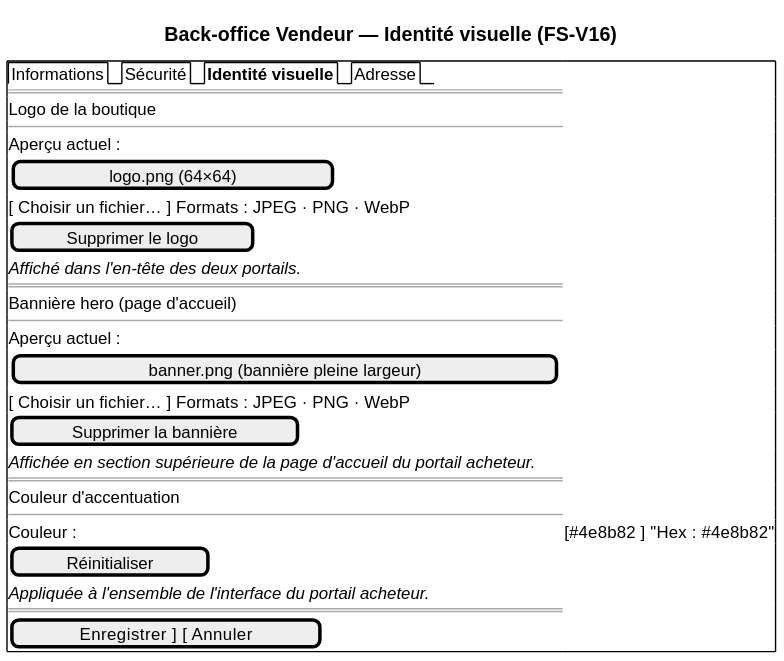
louistalvande/online_shop keeps this PlantUML diagram as architecture/04-physical-architecture/diagrams/ihm-bov-logo.svg. Above is the earlier version.
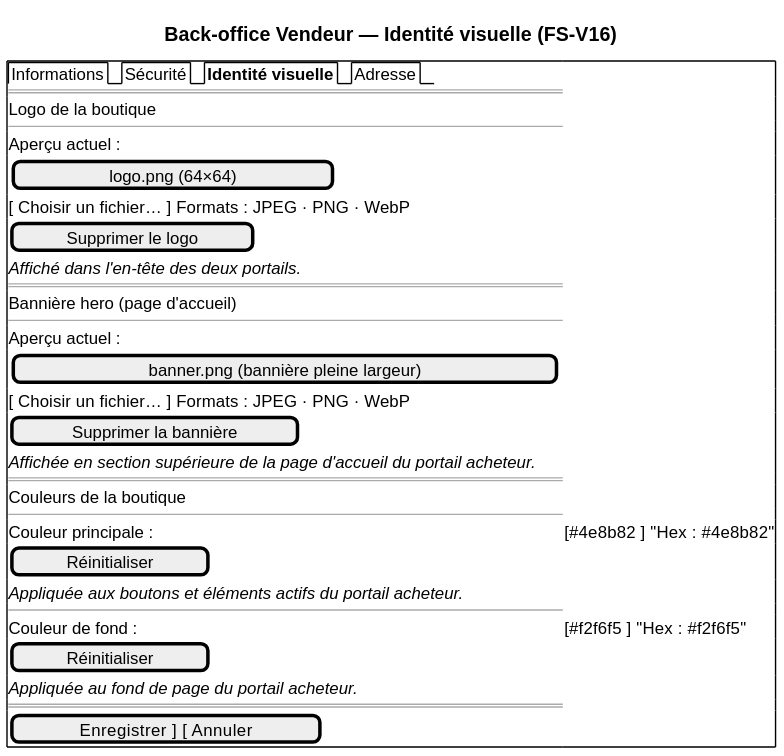
After the commit.

The edit, as a diff of the source:
```diff
@@ -24,11 +24,15 @@
   [  Supprimer la bannière  ]
   <i>Affichée en section supérieure de la page d'accueil du portail acheteur.
   ==
-  Couleur d'accentuation
+  Couleurs de la boutique
   --
-  Couleur : | [#4e8b82  ] "Hex : #4e8b82"
+  Couleur principale :  | [#4e8b82  ] "Hex : #4e8b82"
   [  Réinitialiser  ]
-  <i>Appliquée à l'ensemble de l'interface du portail acheteur.
+  <i>Appliquée aux boutons et éléments actifs du portail acheteur.
+  --
+  Couleur de fond :     | [#f2f6f5  ] "Hex : #f2f6f5"
+  [  Réinitialiser  ]
+  <i>Appliquée au fond de page du portail acheteur.
   ==
   [ Enregistrer ]   [ Annuler ]
 }
```
